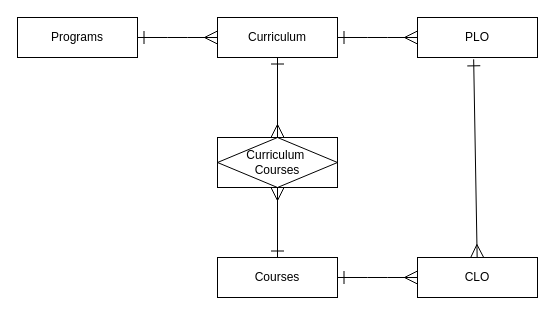
Above: page "Page-1" (1 of 3) of docs/obe.drawio in asmryz/obe-demo-app (draw.io), before the change. Source tidied: cells renumbered, new cells numbered last; positions are measured from the earlier drawing's top-left corner, leaving out a move shared by most shapes. Both pictures are drawn from the tidied source at 100%, with x=0, y=0 at pixel (17, 17).
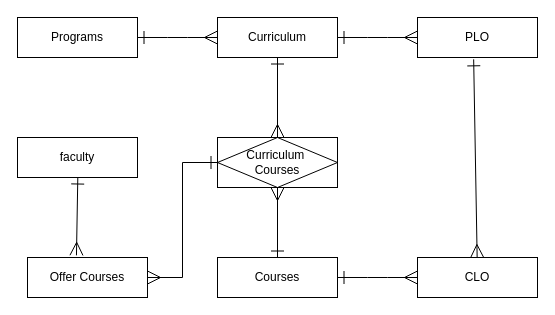
Above is the later version.

What changed in the source:
```diff
@@
 <mxGraphModel>
   <root>
     <mxCell id="0" />
     <mxCell id="1" parent="0" />
     <mxCell id="2" value="Curriculum&amp;nbsp;&lt;div&gt;Courses&lt;/div&gt;" style="shape=associativeEntity;whiteSpace=wrap;html=1;align=center;" parent="1" vertex="1">
       <mxGeometry x="200" y="120" width="120" height="50" as="geometry" />
     </mxCell>
     <mxCell id="3" value="Programs" style="whiteSpace=wrap;html=1;align=center;" parent="1" vertex="1">
       <mxGeometry width="120" height="40" as="geometry" />
     </mxCell>
     <mxCell id="4" style="edgeStyle=entityRelationEdgeStyle;fontSize=12;html=1;endArrow=ERmany;endFill=0;rounded=0;entryX=0;entryY=0.5;entryDx=0;entryDy=0;exitX=1;exitY=0.5;exitDx=0;exitDy=0;endSize=11;startArrow=ERone;startFill=0;startSize=11;" parent="1" edge="1" source="3" target="6">
       <mxGeometry relative="1" as="geometry" />
     </mxCell>
     <mxCell id="5" style="edgeStyle=orthogonalEdgeStyle;fontSize=12;html=1;endArrow=ERone;endFill=0;rounded=0;entryX=0.5;entryY=1;entryDx=0;entryDy=0;exitX=0.5;exitY=0;exitDx=0;exitDy=0;endSize=11;startArrow=ERmany;startFill=0;startSize=11;" parent="1" edge="1" source="2" target="6">
       <mxGeometry relative="1" as="geometry" />
     </mxCell>
     <mxCell id="6" value="Curriculum" style="whiteSpace=wrap;html=1;align=center;" parent="1" vertex="1">
       <mxGeometry x="200" width="120" height="40" as="geometry" />
     </mxCell>
     <mxCell id="7" value="Courses" style="whiteSpace=wrap;html=1;align=center;" parent="1" vertex="1">
       <mxGeometry x="200" y="240" width="120" height="40" as="geometry" />
     </mxCell>
     <mxCell id="8" value="PLO" style="whiteSpace=wrap;html=1;align=center;" parent="1" vertex="1">
       <mxGeometry x="400" width="120" height="40" as="geometry" />
     </mxCell>
     <mxCell id="9" style="edgeStyle=entityRelationEdgeStyle;fontSize=12;html=1;endArrow=ERmany;endFill=0;rounded=0;entryX=0;entryY=0.5;entryDx=0;entryDy=0;exitX=1;exitY=0.5;exitDx=0;exitDy=0;endSize=11;startArrow=ERone;startFill=0;startSize=11;" parent="1" edge="1" source="6" target="8">
       <mxGeometry relative="1" as="geometry" />
     </mxCell>
     <mxCell id="10" value="CLO" style="whiteSpace=wrap;html=1;align=center;" parent="1" vertex="1">
       <mxGeometry x="400" y="240" width="120" height="40" as="geometry" />
     </mxCell>
     <mxCell id="11" style="edgeStyle=entityRelationEdgeStyle;fontSize=12;html=1;endArrow=ERmany;endFill=0;rounded=0;entryX=0;entryY=0.5;entryDx=0;entryDy=0;exitX=1;exitY=0.5;exitDx=0;exitDy=0;endSize=11;startArrow=ERone;startFill=0;startSize=11;" parent="1" edge="1" source="7" target="10">
       <mxGeometry relative="1" as="geometry" />
     </mxCell>
     <mxCell id="12" style="fontSize=12;html=1;endArrow=ERone;endFill=0;rounded=0;entryX=0.468;entryY=1.046;entryDx=0;entryDy=0;endSize=11;startArrow=ERmany;startFill=0;startSize=11;entryPerimeter=0;" parent="1" edge="1" source="10" target="8">
       <mxGeometry relative="1" as="geometry" />
     </mxCell>
     <mxCell id="13" style="fontSize=12;html=1;endArrow=ERmany;endFill=0;rounded=0;entryX=0.5;entryY=1;entryDx=0;entryDy=0;endSize=11;startArrow=ERone;startFill=0;startSize=11;curved=0;" parent="1" edge="1" source="7" target="2">
       <mxGeometry relative="1" as="geometry" />
     </mxCell>
+    <mxCell id="14" value="Offer Courses" style="whiteSpace=wrap;html=1;align=center;" parent="1" vertex="1">
+      <mxGeometry x="10" y="240" width="120" height="40" as="geometry" />
+    </mxCell>
+    <mxCell id="15" style="fontSize=12;html=1;endArrow=ERone;endFill=0;rounded=0;entryX=0;entryY=0.5;entryDx=0;entryDy=0;endSize=11;startArrow=ERmany;startFill=0;startSize=11;edgeStyle=orthogonalEdgeStyle;" parent="1" edge="1" source="14" target="2">
+      <mxGeometry relative="1" as="geometry" />
+    </mxCell>
+    <mxCell id="16" value="faculty" style="whiteSpace=wrap;html=1;align=center;" parent="1" vertex="1">
+      <mxGeometry y="120" width="120" height="40" as="geometry" />
+    </mxCell>
+    <mxCell id="17" style="fontSize=12;html=1;endArrow=ERone;endFill=0;rounded=0;entryX=0.672;entryY=1.023;entryDx=0;entryDy=0;endSize=11;startArrow=ERmany;startFill=0;startSize=11;entryPerimeter=0;exitX=0.408;exitY=-0.054;exitDx=0;exitDy=0;exitPerimeter=0;" parent="1" edge="1" source="14">
+      <mxGeometry relative="1" as="geometry">
+        <mxPoint x="60.3" y="160" as="targetPoint" />
+      </mxGeometry>
+    </mxCell>
   </root>
 </mxGraphModel>
```
